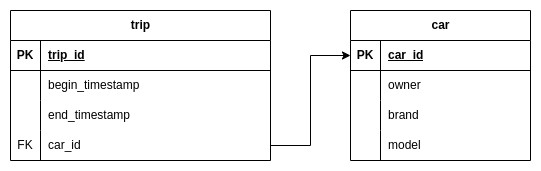
This is db_images/car-trip.drawio.png from car-copilot/car-trip, a draw.io export, as it was before one commit. Source tidied: cells renumbered, new cells last; positions are measured from the earlier drawing's top-left corner, leaving out a move shared by most shapes.
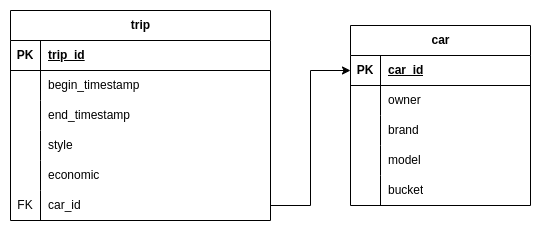
After the change.

The edit, as a diff of the source:
```diff
@@ -3,7 +3,7 @@
     <mxCell id="0" />
     <mxCell id="1" parent="0" />
     <mxCell id="2" value="trip" style="shape=table;startSize=30;rowLines=0;fontStyle=1;align=center;html=1;" parent="1" vertex="1">
-      <mxGeometry width="260" height="150" as="geometry" />
+      <mxGeometry width="260" height="210" as="geometry" />
     </mxCell>
     <mxCell id="3" style="shape=tableRow;horizontal=0;startSize=0;swimlaneHead=0;swimlaneBody=0;fillColor=none;top=0;left=0;right=0;bottom=1;" parent="2" vertex="1">
       <mxGeometry y="30" width="260" height="30" as="geometry" />
@@ -32,8 +32,26 @@
     <mxCell id="11" value="end_timestamp" style="shape=partialRectangle;fillColor=none;top=0;left=0;bottom=0;right=0;align=left;spacingLeft=6;overflow=hidden;whiteSpace=wrap;html=1;" parent="9" vertex="1">
       <mxGeometry x="30" width="230" height="30" as="geometry" />
     </mxCell>
+    <mxCell id="29" style="shape=tableRow;horizontal=0;startSize=0;swimlaneHead=0;swimlaneBody=0;fillColor=none;top=0;left=0;right=0;bottom=0;" parent="2" vertex="1">
+      <mxGeometry y="120" width="260" height="30" as="geometry" />
+    </mxCell>
+    <mxCell id="30" style="shape=partialRectangle;fillColor=none;top=0;left=0;bottom=0;right=0;overflow=hidden;whiteSpace=wrap;html=1;" parent="29" vertex="1">
+      <mxGeometry width="30" height="30" as="geometry" />
+    </mxCell>
+    <mxCell id="31" value="style" style="shape=partialRectangle;fillColor=none;top=0;left=0;bottom=0;right=0;align=left;spacingLeft=6;overflow=hidden;whiteSpace=wrap;html=1;" parent="29" vertex="1">
+      <mxGeometry x="30" width="230" height="30" as="geometry" />
+    </mxCell>
+    <mxCell id="32" style="shape=tableRow;horizontal=0;startSize=0;swimlaneHead=0;swimlaneBody=0;fillColor=none;top=0;left=0;right=0;bottom=0;" parent="2" vertex="1">
+      <mxGeometry y="150" width="260" height="30" as="geometry" />
+    </mxCell>
+    <mxCell id="33" style="shape=partialRectangle;fillColor=none;top=0;left=0;bottom=0;right=0;overflow=hidden;whiteSpace=wrap;html=1;" parent="32" vertex="1">
+      <mxGeometry width="30" height="30" as="geometry" />
+    </mxCell>
+    <mxCell id="34" value="economic" style="shape=partialRectangle;fillColor=none;top=0;left=0;bottom=0;right=0;align=left;spacingLeft=6;overflow=hidden;whiteSpace=wrap;html=1;" parent="32" vertex="1">
+      <mxGeometry x="30" width="230" height="30" as="geometry" />
+    </mxCell>
     <mxCell id="12" style="shape=tableRow;horizontal=0;startSize=0;swimlaneHead=0;swimlaneBody=0;fillColor=none;points=[[0,0.5],[1,0.5]];portConstraint=eastwest;top=0;left=0;right=0;bottom=0;" parent="2" vertex="1">
-      <mxGeometry y="120" width="260" height="30" as="geometry" />
+      <mxGeometry y="180" width="260" height="30" as="geometry" />
     </mxCell>
     <mxCell id="13" value="FK" style="shape=partialRectangle;fillColor=none;top=0;left=0;bottom=0;right=0;overflow=hidden;whiteSpace=wrap;html=1;" parent="12" vertex="1">
       <mxGeometry width="30" height="30" as="geometry" />
@@ -42,7 +60,7 @@
       <mxGeometry x="30" width="230" height="30" as="geometry" />
     </mxCell>
     <mxCell id="15" value="car" style="shape=table;startSize=30;rowLines=0;fontStyle=1;align=center;html=1;" parent="1" vertex="1">
-      <mxGeometry x="340" width="180" height="150" as="geometry" />
+      <mxGeometry x="340" y="15" width="180" height="180" as="geometry" />
     </mxCell>
     <mxCell id="16" style="shape=tableRow;horizontal=0;startSize=0;swimlaneHead=0;swimlaneBody=0;fillColor=none;points=[[0,0.5],[1,0.5]];portConstraint=eastwest;top=0;left=0;right=0;bottom=1;" parent="15" vertex="1">
       <mxGeometry y="30" width="180" height="30" as="geometry" />
@@ -80,6 +98,15 @@
     <mxCell id="27" value="model" style="shape=partialRectangle;fillColor=none;top=0;left=0;bottom=0;right=0;align=left;spacingLeft=6;overflow=hidden;whiteSpace=wrap;html=1;" parent="25" vertex="1">
       <mxGeometry x="30" width="150" height="30" as="geometry" />
     </mxCell>
+    <mxCell id="35" style="shape=tableRow;horizontal=0;startSize=0;swimlaneHead=0;swimlaneBody=0;fillColor=none;top=0;left=0;right=0;bottom=0;" parent="15" vertex="1">
+      <mxGeometry y="150" width="180" height="30" as="geometry" />
+    </mxCell>
+    <mxCell id="36" style="shape=partialRectangle;fillColor=none;top=0;left=0;bottom=0;right=0;overflow=hidden;whiteSpace=wrap;html=1;" parent="35" vertex="1">
+      <mxGeometry width="30" height="30" as="geometry" />
+    </mxCell>
+    <mxCell id="37" value="bucket" style="shape=partialRectangle;fillColor=none;top=0;left=0;bottom=0;right=0;align=left;spacingLeft=6;overflow=hidden;whiteSpace=wrap;html=1;" parent="35" vertex="1">
+      <mxGeometry x="30" width="150" height="30" as="geometry" />
+    </mxCell>
     <mxCell id="28" style="edgeStyle=orthogonalEdgeStyle;rounded=0;jettySize=auto;html=1;exitX=1;exitY=0.5;exitDx=0;exitDy=0;entryX=0;entryY=0.5;entryDx=0;entryDy=0;" parent="1" edge="1" source="12" target="16">
       <mxGeometry relative="1" as="geometry" />
     </mxCell>
```
